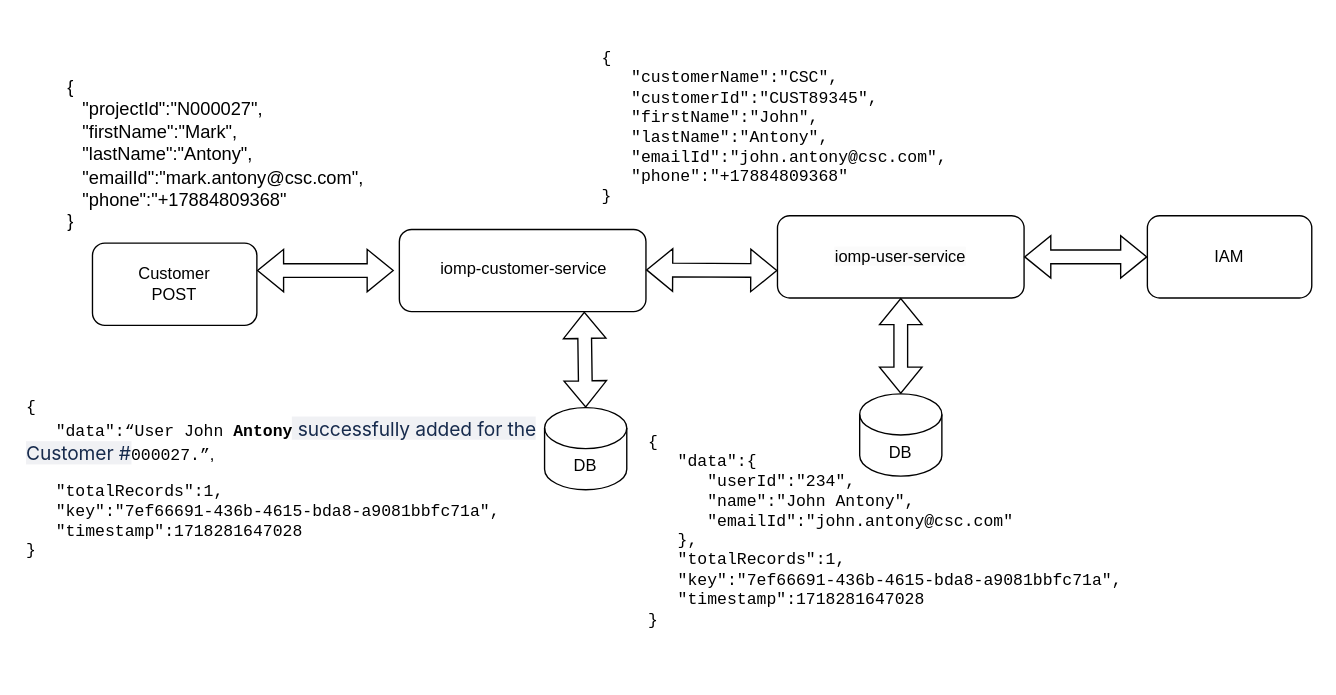
Earlier version of the draw.io diagram src/main/java/com/wesco/model/post customer contact details.drawio (wesco-chandanabuduru/common-entities). Source tidied: cells renumbered, new cells numbered last; positions are measured from the earlier drawing's top-left corner, leaving out a move shared by most shapes. Both pictures are drawn from the tidied source at 137%, with x=0, y=0 at pixel (23, 23).
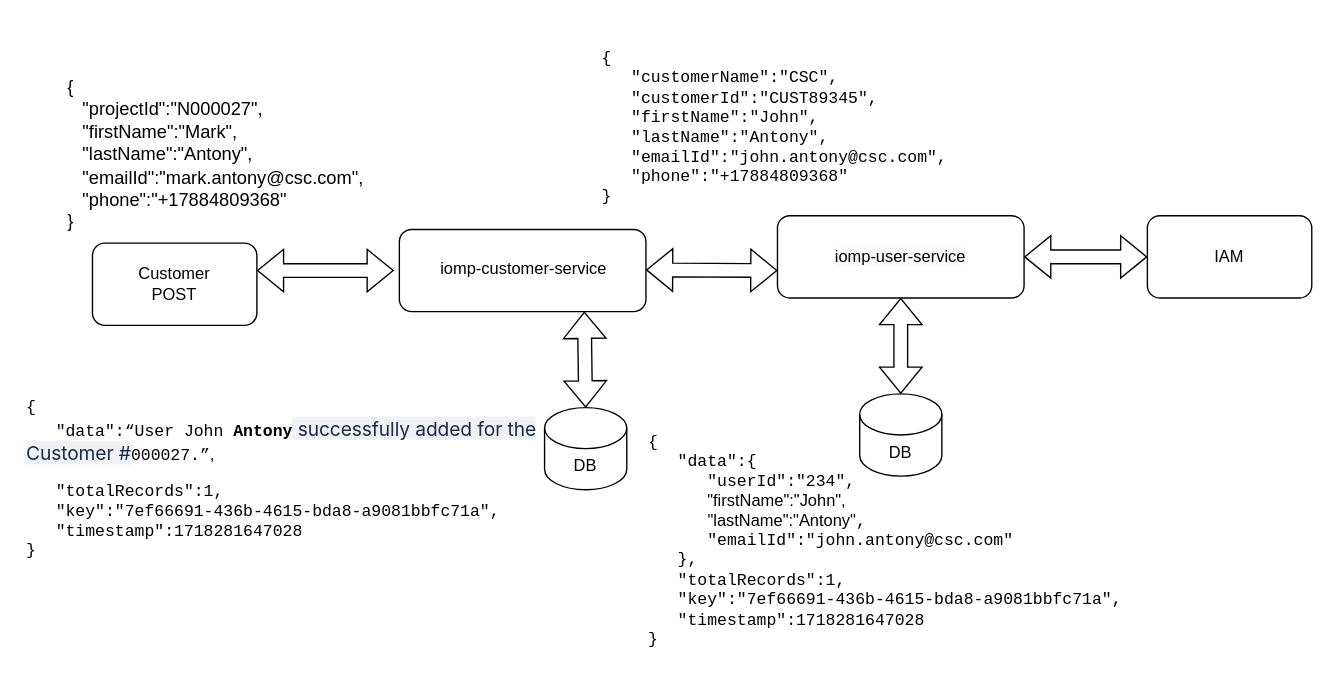
After the change.

Diff of the diagram source:
```diff
@@
-    <mxCell id="14" value="&lt;pre style=&quot;margin-top: 0px;&quot;&gt;&lt;pre&gt;&lt;pre&gt;&lt;pre&gt;&lt;span dir=&quot;ltr&quot; class=&quot;ui-provider a b c d e f g h i j k l m n o p q r s t u v w x y z ab ac ae af ag ah ai aj ak&quot;&gt;&lt;pre&gt;{&lt;br&gt;   &quot;data&quot;:{&lt;br&gt;      &quot;userId&quot;:&quot;234&quot;,&lt;br&gt;      &quot;name&quot;:&quot;John Antony&quot;,&lt;br&gt;      &quot;emailId&quot;:&quot;john.antony@csc.com&quot;&lt;br&gt;   },&lt;br&gt;   &quot;totalRecords&quot;:1,&lt;br&gt;   &quot;key&quot;:&quot;7ef66691-436b-4615-bda8-a9081bbfc71a&quot;,&lt;br&gt;   &quot;timestamp&quot;:1718281647028&lt;br&gt;}&lt;br&gt;&lt;/pre&gt;&lt;/span&gt;&lt;/pre&gt;&lt;/pre&gt;&lt;/pre&gt;&lt;/pre&gt;" style="text;html=1;whiteSpace=wrap;overflow=hidden;rounded=0;align=left;" parent="1" vertex="1">
+    <mxCell id="14" value="&lt;pre style=&quot;margin-top: 0px;&quot;&gt;&lt;pre&gt;&lt;pre&gt;&lt;pre&gt;&lt;span dir=&quot;ltr&quot; class=&quot;ui-provider a b c d e f g h i j k l m n o p q r s t u v w x y z ab ac ae af ag ah ai aj ak&quot;&gt;&lt;pre&gt;{&lt;br&gt;   &quot;data&quot;:{&lt;br&gt;      &quot;userId&quot;:&quot;234&quot;,&lt;br&gt;      &lt;span style=&quot;white-space: normal; font-size: 9pt; line-height: 13.8px; font-family: Calibri, sans-serif;&quot; lang=&quot;EN-US&quot;&gt;&quot;firstName&quot;:&quot;John&quot;,&lt;br&gt;&amp;nbsp; &amp;nbsp; &amp;nbsp; &amp;nbsp; &amp;nbsp; &amp;nbsp; &amp;nbsp;&quot;lastName&quot;:&quot;Antony&quot;&lt;/span&gt;,&lt;br&gt;      &quot;emailId&quot;:&quot;john.antony@csc.com&quot;&lt;br&gt;   },&lt;br&gt;   &quot;totalRecords&quot;:1,&lt;br&gt;   &quot;key&quot;:&quot;7ef66691-436b-4615-bda8-a9081bbfc71a&quot;,&lt;br&gt;   &quot;timestamp&quot;:1718281647028&lt;br&gt;}&lt;br&gt;&lt;/pre&gt;&lt;/span&gt;&lt;/pre&gt;&lt;/pre&gt;&lt;/pre&gt;&lt;/pre&gt;" style="text;html=1;whiteSpace=wrap;overflow=hidden;rounded=0;align=left;" parent="1" vertex="1">
       <mxGeometry x="454" y="280" width="390" height="190" as="geometry" />
     </mxCell>
```
